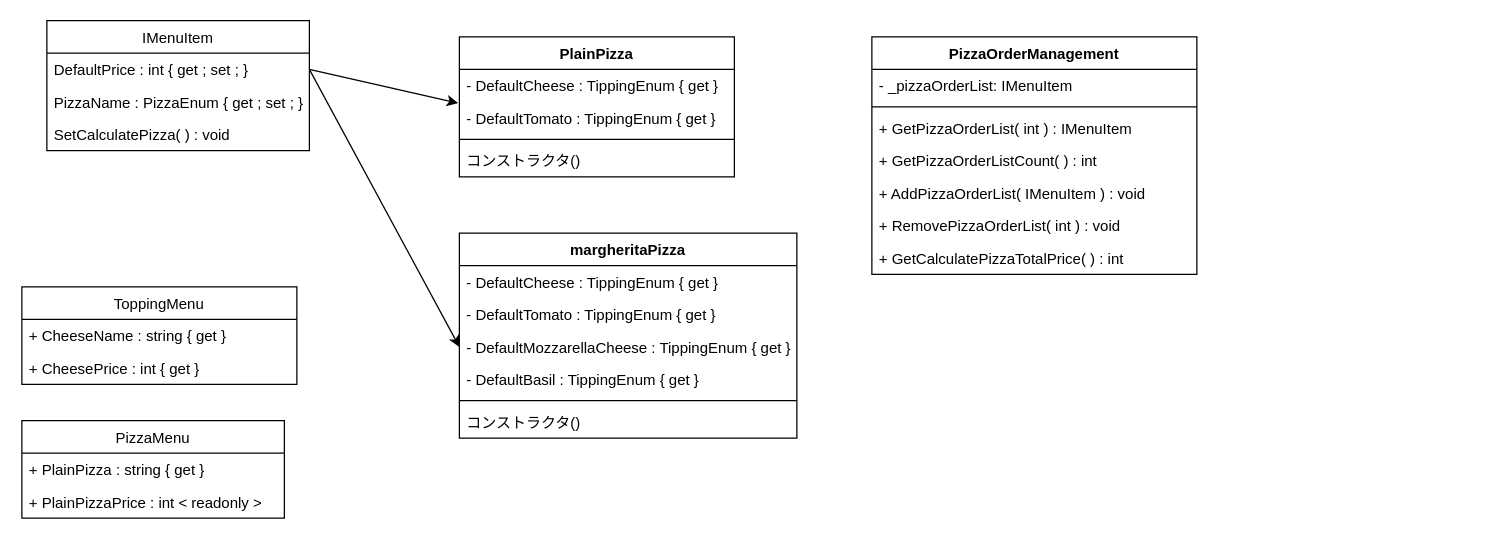
kentem-re-hiramatsu/PizzaOrderSystem keeps this draw.io diagram as Pizza.dio. Above is the earlier version. Source tidied: cells renumbered, new cells numbered last; positions are measured from the earlier drawing's top-left corner, leaving out a move shared by most shapes. Both pictures are drawn from the tidied source at 125%, with x=0, y=0 at pixel (21, 20).
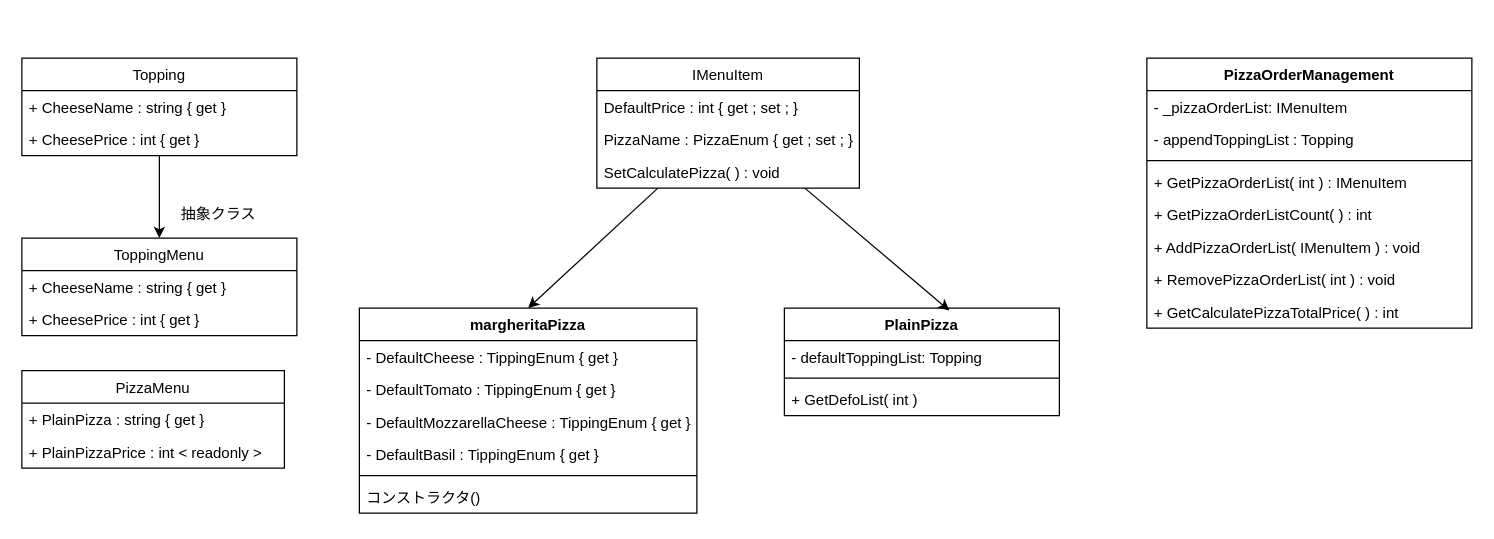
After the change.

Unchanged cells that the change refers to:
```xml
<mxCell id="10" value="- DefaultMozzarellaCheese : TippingEnum { get }&#10;&#10;&#10;&#10;" style="text;strokeColor=none;fillColor=none;align=left;verticalAlign=top;spacingLeft=4;spacingRight=4;overflow=hidden;points=[[0,0.5],[1,0.5]];portConstraint=eastwest;" parent="7" vertex="1">
  <mxGeometry y="78" width="270" height="26" as="geometry" />
</mxCell>
<mxCell id="18" value="DefaultPrice : int { get ; set ; }" style="text;strokeColor=none;fillColor=none;align=left;verticalAlign=top;spacingLeft=4;spacingRight=4;overflow=hidden;points=[[0,0.5],[1,0.5]];portConstraint=eastwest;" parent="17" vertex="1">
  <mxGeometry y="26" width="210" height="26" as="geometry" />
</mxCell>
```

What changed in the source:
```diff
@@
     <mxCell id="2" value="PlainPizza&#10;&#10;&#10;" style="swimlane;fontStyle=1;align=center;verticalAlign=top;horizontal=1;startSize=26;" parent="1" vertex="1">
-      <mxGeometry x="350" y="13" width="220" height="112" as="geometry" />
+      <mxGeometry x="610" y="230" width="220" height="86" as="geometry" />
     </mxCell>
-    <mxCell id="3" value="- DefaultCheese : TippingEnum { get }&#10;&#10;" style="text;strokeColor=none;fillColor=none;align=left;verticalAlign=top;spacingLeft=4;spacingRight=4;overflow=hidden;" parent="2" vertex="1">
+    <mxCell id="3" value="- defaultToppingList: Topping&#10;&#10;" style="text;strokeColor=none;fillColor=none;align=left;verticalAlign=top;spacingLeft=4;spacingRight=4;overflow=hidden;" parent="2" vertex="1">
       <mxGeometry y="26" width="220" height="26" as="geometry" />
     </mxCell>
-    <mxCell id="4" value="- DefaultTomato : TippingEnum { get }&#10;&#10;&#10;&#10;" style="text;strokeColor=none;fillColor=none;align=left;verticalAlign=top;spacingLeft=4;spacingRight=4;overflow=hidden;points=[[0,0.5],[1,0.5]];portConstraint=eastwest;" parent="2" vertex="1">
-      <mxGeometry y="52" width="220" height="26" as="geometry" />
-    </mxCell>
     <mxCell id="5" style="line;strokeWidth=1;fillColor=none;align=left;verticalAlign=middle;spacingTop=-1;spacingLeft=3;spacingRight=3;labelPosition=right;strokeColor=inherit;" parent="2" vertex="1">
-      <mxGeometry y="78" width="220" height="8" as="geometry" />
+      <mxGeometry y="52" width="220" height="8" as="geometry" />
     </mxCell>
-    <mxCell id="6" value="コンストラクタ()" style="text;strokeColor=none;fillColor=none;align=left;verticalAlign=top;spacingLeft=4;spacingRight=4;overflow=hidden;" parent="2" vertex="1">
-      <mxGeometry y="86" width="220" height="26" as="geometry" />
+    <mxCell id="6" value="+ GetDefoList( int )" style="text;strokeColor=none;fillColor=none;align=left;verticalAlign=top;spacingLeft=4;spacingRight=4;overflow=hidden;" parent="2" vertex="1">
+      <mxGeometry y="60" width="220" height="26" as="geometry" />
     </mxCell>
     <mxCell id="7" value="margheritaPizza" style="swimlane;fontStyle=1;align=center;verticalAlign=top;horizontal=1;startSize=26;" parent="1" vertex="1">
-      <mxGeometry x="350" y="170" width="270" height="164" as="geometry" />
+      <mxGeometry x="270" y="230" width="270" height="164" as="geometry" />
     </mxCell>
@@
     <mxCell id="14" value="ToppingMenu" style="swimlane;fontStyle=0;horizontal=1;startSize=26;fillColor=none;" parent="1" vertex="1">
-      <mxGeometry y="213" width="220" height="78" as="geometry" />
+      <mxGeometry y="174" width="220" height="78" as="geometry" />
     </mxCell>
@@
+    <mxCell id="34" style="edgeStyle=none;html=1;entryX=0.5;entryY=0;entryDx=0;entryDy=0;" parent="1" edge="1" source="17" target="7">
+      <mxGeometry relative="1" as="geometry" />
+    </mxCell>
+    <mxCell id="35" style="edgeStyle=none;html=1;entryX=0.6;entryY=0.023;entryDx=0;entryDy=0;entryPerimeter=0;" parent="1" edge="1" source="17" target="2">
+      <mxGeometry relative="1" as="geometry" />
+    </mxCell>
     <mxCell id="17" value="IMenuItem" style="swimlane;fontStyle=0;horizontal=1;startSize=26;fillColor=none;" parent="1" vertex="1">
-      <mxGeometry x="20" width="210" height="104" as="geometry" />
+      <mxGeometry x="460" y="30" width="210" height="104" as="geometry" />
     </mxCell>
@@
     <mxCell id="21" value="PizzaOrderManagement&#10;" style="swimlane;fontStyle=1;align=center;verticalAlign=top;horizontal=1;startSize=26;" parent="1" vertex="1">
-      <mxGeometry x="680" y="13" width="260" height="190" as="geometry" />
+      <mxGeometry x="900" y="30" width="260" height="216" as="geometry" />
     </mxCell>
@@
+    <mxCell id="4" value="- appendToppingList : Topping&#10;&#10;&#10;&#10;" style="text;strokeColor=none;fillColor=none;align=left;verticalAlign=top;spacingLeft=4;spacingRight=4;overflow=hidden;points=[[0,0.5],[1,0.5]];portConstraint=eastwest;" parent="21" vertex="1">
+      <mxGeometry y="52" width="260" height="26" as="geometry" />
+    </mxCell>
     <mxCell id="23" style="line;strokeWidth=1;fillColor=none;align=left;verticalAlign=middle;spacingTop=-1;spacingLeft=3;spacingRight=3;labelPosition=right;strokeColor=inherit;" parent="21" vertex="1">
-      <mxGeometry y="52" width="260" height="8" as="geometry" />
+      <mxGeometry y="78" width="260" height="8" as="geometry" />
     </mxCell>
     <mxCell id="24" value="+ GetPizzaOrderList( int ) : IMenuItem&#10;&#10;" style="text;strokeColor=none;fillColor=none;align=left;verticalAlign=top;spacingLeft=4;spacingRight=4;overflow=hidden;" parent="21" vertex="1">
-      <mxGeometry y="60" width="260" height="26" as="geometry" />
+      <mxGeometry y="86" width="260" height="26" as="geometry" />
     </mxCell>
     <mxCell id="25" value="+ GetPizzaOrderListCount( ) : int&#10;&#10;" style="text;strokeColor=none;fillColor=none;align=left;verticalAlign=top;spacingLeft=4;spacingRight=4;overflow=hidden;" parent="21" vertex="1">
-      <mxGeometry y="86" width="260" height="26" as="geometry" />
+      <mxGeometry y="112" width="260" height="26" as="geometry" />
     </mxCell>
     <mxCell id="26" value="+ AddPizzaOrderList( IMenuItem ) : void&#10;&#10;" style="text;strokeColor=none;fillColor=none;align=left;verticalAlign=top;spacingLeft=4;spacingRight=4;overflow=hidden;" parent="21" vertex="1">
-      <mxGeometry y="112" width="260" height="26" as="geometry" />
+      <mxGeometry y="138" width="260" height="26" as="geometry" />
     </mxCell>
     <mxCell id="27" value="+ RemovePizzaOrderList( int ) : void&#10;&#10;" style="text;strokeColor=none;fillColor=none;align=left;verticalAlign=top;spacingLeft=4;spacingRight=4;overflow=hidden;" parent="21" vertex="1">
-      <mxGeometry y="138" width="260" height="26" as="geometry" />
+      <mxGeometry y="164" width="260" height="26" as="geometry" />
     </mxCell>
     <mxCell id="28" value="+ GetCalculatePizzaTotalPrice( ) : int&#10;&#10;" style="text;strokeColor=none;fillColor=none;align=left;verticalAlign=top;spacingLeft=4;spacingRight=4;overflow=hidden;" parent="21" vertex="1">
-      <mxGeometry y="164" width="260" height="26" as="geometry" />
+      <mxGeometry y="190" width="260" height="26" as="geometry" />
     </mxCell>
     <mxCell id="29" value="PizzaMenu" style="swimlane;fontStyle=0;horizontal=1;startSize=26;fillColor=none;" parent="1" vertex="1">
-      <mxGeometry y="320" width="210" height="78" as="geometry" />
+      <mxGeometry y="280" width="210" height="78" as="geometry" />
     </mxCell>
@@
-    <mxCell id="32" style="edgeStyle=none;html=1;exitX=1;exitY=0.5;exitDx=0;exitDy=0;entryX=-0.005;entryY=0.038;entryDx=0;entryDy=0;entryPerimeter=0;" parent="1" edge="1" source="18" target="4">
-      <mxGeometry relative="1" as="geometry" />
-    </mxCell>
-    <mxCell id="33" style="edgeStyle=none;html=1;exitX=1;exitY=0.5;exitDx=0;exitDy=0;entryX=0;entryY=0.5;entryDx=0;entryDy=0;" parent="1" edge="1" source="18" target="10">
-      <mxGeometry relative="1" as="geometry" />
-    </mxCell>
+    <mxCell id="36" style="edgeStyle=none;html=1;entryX=0.5;entryY=0;entryDx=0;entryDy=0;" parent="1" edge="1" source="37" target="14">
+      <mxGeometry relative="1" as="geometry" />
+    </mxCell>
+    <mxCell id="37" value="Topping" style="swimlane;fontStyle=0;horizontal=1;startSize=26;fillColor=none;" parent="1" vertex="1">
+      <mxGeometry y="30" width="220" height="78" as="geometry" />
+    </mxCell>
+    <mxCell id="38" value="+ CheeseName : string { get }" style="text;strokeColor=none;fillColor=none;align=left;verticalAlign=top;spacingLeft=4;spacingRight=4;overflow=hidden;" parent="37" vertex="1">
+      <mxGeometry y="26" width="220" height="26" as="geometry" />
+    </mxCell>
+    <mxCell id="39" value="+ CheesePrice : int { get }" style="text;strokeColor=none;fillColor=none;align=left;verticalAlign=top;spacingLeft=4;spacingRight=4;overflow=hidden;" parent="37" vertex="1">
+      <mxGeometry y="52" width="220" height="26" as="geometry" />
+    </mxCell>
+    <mxCell id="40" value="抽象クラス" style="text;html=1;align=center;verticalAlign=middle;strokeColor=none;fillColor=none;" parent="1" vertex="1">
+      <mxGeometry x="117" y="140" width="80" height="30" as="geometry" />
+    </mxCell>
```
